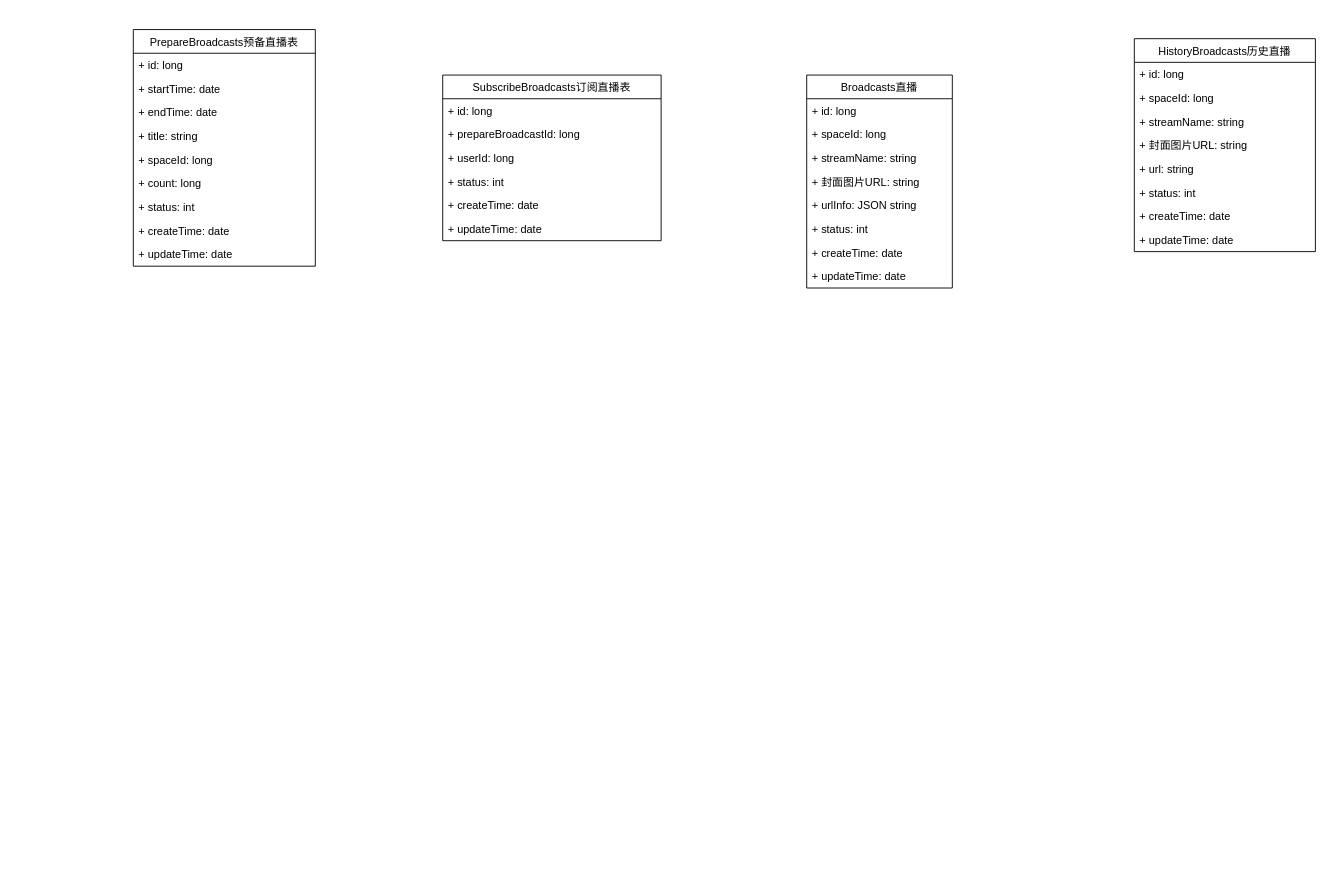
This is 直播类图.drawio from qq584686739/draw, a draw.io file, before an edit. Source tidied: cells renumbered, new cells numbered last; positions are measured from the earlier drawing's top-left corner, leaving out a move shared by most shapes. Both pictures are drawn from the tidied source at 91%, with x=0, y=0 at pixel (133, 29).
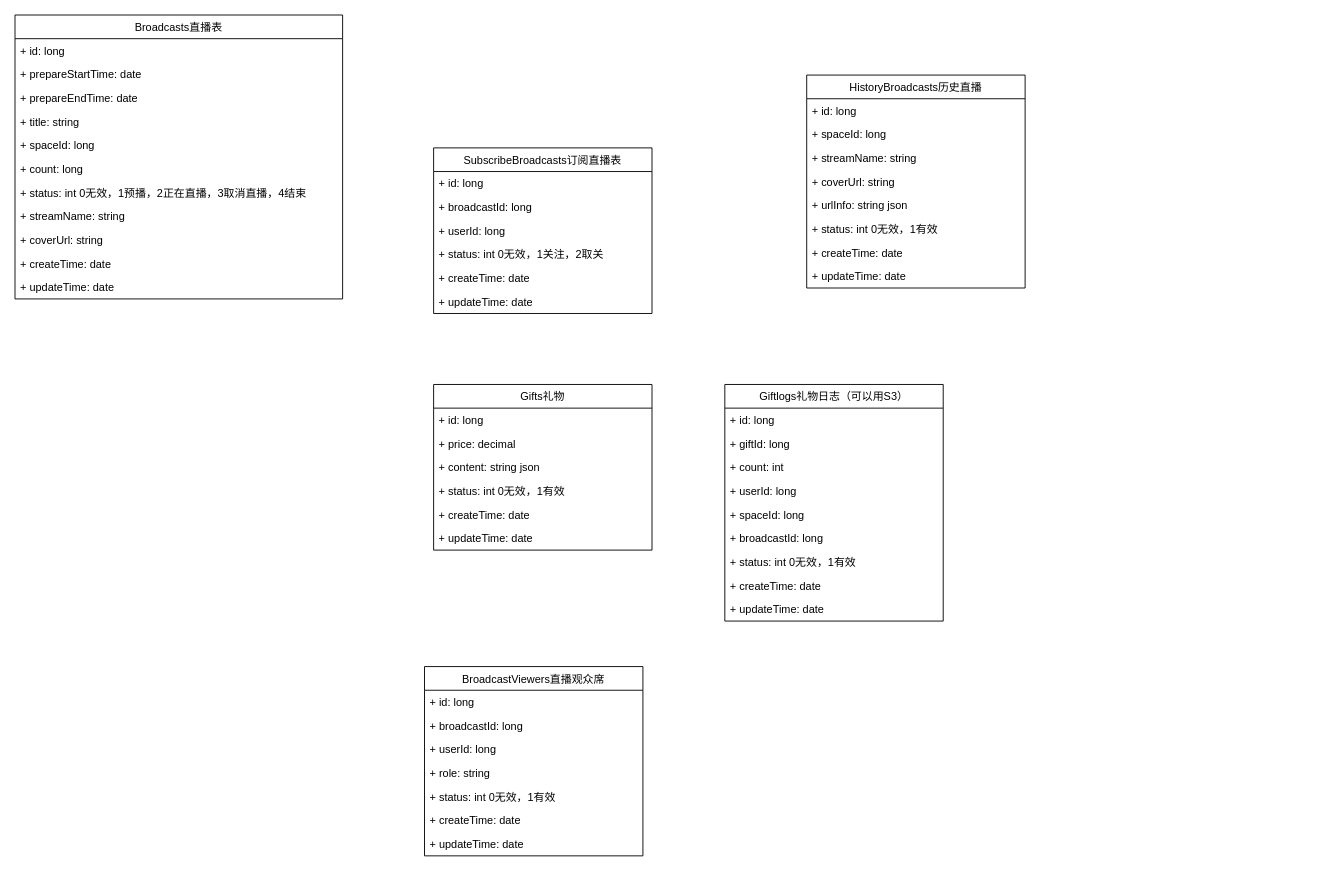
Above is the later version.

Change to the diagram source:
```diff
@@
-    <mxCell id="2" value="Broadcasts直播" style="swimlane;fontStyle=0;horizontal=1;startSize=26;fillColor=none;" parent="1" vertex="1">
-      <mxGeometry x="740" y="50" width="160" height="234" as="geometry" />
+    <mxCell id="2" value="HistoryBroadcasts历史直播" style="swimlane;fontStyle=0;horizontal=1;startSize=26;fillColor=none;" parent="1" vertex="1">
+      <mxGeometry x="740" y="50" width="240" height="234" as="geometry" />
     </mxCell>
     <mxCell id="3" value="+ id: long" style="text;strokeColor=none;fillColor=none;align=left;verticalAlign=top;spacingLeft=4;spacingRight=4;overflow=hidden;" parent="2" vertex="1">
-      <mxGeometry y="26" width="160" height="26" as="geometry" />
+      <mxGeometry y="26" width="240" height="26" as="geometry" />
     </mxCell>
     <mxCell id="4" value="+ spaceId: long" style="text;strokeColor=none;fillColor=none;align=left;verticalAlign=top;spacingLeft=4;spacingRight=4;overflow=hidden;" parent="2" vertex="1">
-      <mxGeometry y="52" width="160" height="26" as="geometry" />
+      <mxGeometry y="52" width="240" height="26" as="geometry" />
     </mxCell>
     <mxCell id="5" value="+ streamName: string" style="text;strokeColor=none;fillColor=none;align=left;verticalAlign=top;spacingLeft=4;spacingRight=4;overflow=hidden;" parent="2" vertex="1">
-      <mxGeometry y="78" width="160" height="26" as="geometry" />
+      <mxGeometry y="78" width="240" height="26" as="geometry" />
     </mxCell>
-    <mxCell id="6" value="+ 封面图片URL: string" style="text;strokeColor=none;fillColor=none;align=left;verticalAlign=top;spacingLeft=4;spacingRight=4;overflow=hidden;" parent="2" vertex="1">
-      <mxGeometry y="104" width="160" height="26" as="geometry" />
+    <mxCell id="6" value="+ coverUrl: string" style="text;strokeColor=none;fillColor=none;align=left;verticalAlign=top;spacingLeft=4;spacingRight=4;overflow=hidden;" parent="2" vertex="1">
+      <mxGeometry y="104" width="240" height="26" as="geometry" />
     </mxCell>
-    <mxCell id="7" value="+ urlInfo: JSON string" style="text;strokeColor=none;fillColor=none;align=left;verticalAlign=top;spacingLeft=4;spacingRight=4;overflow=hidden;" parent="2" vertex="1">
-      <mxGeometry y="130" width="160" height="26" as="geometry" />
+    <mxCell id="7" value="+ urlInfo: string json" style="text;strokeColor=none;fillColor=none;align=left;verticalAlign=top;spacingLeft=4;spacingRight=4;overflow=hidden;" parent="2" vertex="1">
+      <mxGeometry y="130" width="240" height="26" as="geometry" />
     </mxCell>
-    <mxCell id="8" value="+ status: int" style="text;strokeColor=none;fillColor=none;align=left;verticalAlign=top;spacingLeft=4;spacingRight=4;overflow=hidden;" parent="2" vertex="1">
-      <mxGeometry y="156" width="160" height="26" as="geometry" />
+    <mxCell id="8" value="+ status: int 0无效，1有效" style="text;strokeColor=none;fillColor=none;align=left;verticalAlign=top;spacingLeft=4;spacingRight=4;overflow=hidden;" parent="2" vertex="1">
+      <mxGeometry y="156" width="240" height="26" as="geometry" />
     </mxCell>
     <mxCell id="9" value="+ createTime: date" style="text;strokeColor=none;fillColor=none;align=left;verticalAlign=top;spacingLeft=4;spacingRight=4;overflow=hidden;" parent="2" vertex="1">
-      <mxGeometry y="182" width="160" height="26" as="geometry" />
+      <mxGeometry y="182" width="240" height="26" as="geometry" />
     </mxCell>
     <mxCell id="10" value="+ updateTime: date" style="text;strokeColor=none;fillColor=none;align=left;verticalAlign=top;spacingLeft=4;spacingRight=4;overflow=hidden;" parent="2" vertex="1">
-      <mxGeometry y="208" width="160" height="26" as="geometry" />
+      <mxGeometry y="208" width="240" height="26" as="geometry" />
     </mxCell>
-    <mxCell id="11" value="PrepareBroadcasts预备直播表" style="swimlane;fontStyle=0;horizontal=1;startSize=26;fillColor=none;" parent="1" vertex="1">
-      <mxGeometry width="200" height="260" as="geometry" />
+    <mxCell id="11" value="Broadcasts直播表" style="swimlane;fontStyle=0;horizontal=1;startSize=26;fillColor=none;" parent="1" vertex="1">
+      <mxGeometry x="-130" y="-16" width="360" height="312" as="geometry" />
     </mxCell>
     <mxCell id="12" value="+ id: long" style="text;strokeColor=none;fillColor=none;align=left;verticalAlign=top;spacingLeft=4;spacingRight=4;overflow=hidden;" parent="11" vertex="1">
-      <mxGeometry y="26" width="200" height="26" as="geometry" />
+      <mxGeometry y="26" width="360" height="26" as="geometry" />
     </mxCell>
-    <mxCell id="13" value="+ startTime: date" style="text;strokeColor=none;fillColor=none;align=left;verticalAlign=top;spacingLeft=4;spacingRight=4;overflow=hidden;" parent="11" vertex="1">
-      <mxGeometry y="52" width="200" height="26" as="geometry" />
+    <mxCell id="13" value="+ prepareStartTime: date" style="text;strokeColor=none;fillColor=none;align=left;verticalAlign=top;spacingLeft=4;spacingRight=4;overflow=hidden;" parent="11" vertex="1">
+      <mxGeometry y="52" width="360" height="26" as="geometry" />
     </mxCell>
-    <mxCell id="14" value="+ endTime: date" style="text;strokeColor=none;fillColor=none;align=left;verticalAlign=top;spacingLeft=4;spacingRight=4;overflow=hidden;" parent="11" vertex="1">
-      <mxGeometry y="78" width="200" height="26" as="geometry" />
+    <mxCell id="14" value="+ prepareEndTime: date" style="text;strokeColor=none;fillColor=none;align=left;verticalAlign=top;spacingLeft=4;spacingRight=4;overflow=hidden;" parent="11" vertex="1">
+      <mxGeometry y="78" width="360" height="26" as="geometry" />
     </mxCell>
     <mxCell id="15" value="+ title: string" style="text;strokeColor=none;fillColor=none;align=left;verticalAlign=top;spacingLeft=4;spacingRight=4;overflow=hidden;" parent="11" vertex="1">
-      <mxGeometry y="104" width="200" height="26" as="geometry" />
+      <mxGeometry y="104" width="360" height="26" as="geometry" />
     </mxCell>
     <mxCell id="16" value="+ spaceId: long" style="text;strokeColor=none;fillColor=none;align=left;verticalAlign=top;spacingLeft=4;spacingRight=4;overflow=hidden;" parent="11" vertex="1">
-      <mxGeometry y="130" width="200" height="26" as="geometry" />
+      <mxGeometry y="130" width="360" height="26" as="geometry" />
     </mxCell>
     <mxCell id="17" value="+ count: long" style="text;strokeColor=none;fillColor=none;align=left;verticalAlign=top;spacingLeft=4;spacingRight=4;overflow=hidden;" parent="11" vertex="1">
-      <mxGeometry y="156" width="200" height="26" as="geometry" />
+      <mxGeometry y="156" width="360" height="26" as="geometry" />
     </mxCell>
-    <mxCell id="18" value="+ status: int" style="text;strokeColor=none;fillColor=none;align=left;verticalAlign=top;spacingLeft=4;spacingRight=4;overflow=hidden;" parent="11" vertex="1">
-      <mxGeometry y="182" width="200" height="26" as="geometry" />
+    <mxCell id="18" value="+ status: int 0无效，1预播，2正在直播，3取消直播，4结束" style="text;strokeColor=none;fillColor=none;align=left;verticalAlign=top;spacingLeft=4;spacingRight=4;overflow=hidden;" parent="11" vertex="1">
+      <mxGeometry y="182" width="360" height="26" as="geometry" />
     </mxCell>
+    <mxCell id="31" value="+ streamName: string" style="text;strokeColor=none;fillColor=none;align=left;verticalAlign=top;spacingLeft=4;spacingRight=4;overflow=hidden;" parent="11" vertex="1">
+      <mxGeometry y="208" width="360" height="26" as="geometry" />
+    </mxCell>
+    <mxCell id="37" value="+ coverUrl: string" style="text;strokeColor=none;fillColor=none;align=left;verticalAlign=top;spacingLeft=4;spacingRight=4;overflow=hidden;" parent="11" vertex="1">
+      <mxGeometry y="234" width="360" height="26" as="geometry" />
+    </mxCell>
     <mxCell id="19" value="+ createTime: date" style="text;strokeColor=none;fillColor=none;align=left;verticalAlign=top;spacingLeft=4;spacingRight=4;overflow=hidden;" parent="11" vertex="1">
-      <mxGeometry y="208" width="200" height="26" as="geometry" />
+      <mxGeometry y="260" width="360" height="26" as="geometry" />
     </mxCell>
     <mxCell id="20" value="+ updateTime: date" style="text;strokeColor=none;fillColor=none;align=left;verticalAlign=top;spacingLeft=4;spacingRight=4;overflow=hidden;" parent="11" vertex="1">
-      <mxGeometry y="234" width="200" height="26" as="geometry" />
+      <mxGeometry y="286" width="360" height="26" as="geometry" />
     </mxCell>
     <mxCell id="21" value="SubscribeBroadcasts订阅直播表" style="swimlane;fontStyle=0;horizontal=1;startSize=26;fillColor=none;" parent="1" vertex="1">
-      <mxGeometry x="340" y="50" width="240" height="182" as="geometry" />
+      <mxGeometry x="330" y="130" width="240" height="182" as="geometry" />
     </mxCell>
@@
-    <mxCell id="23" value="+ prepareBroadcastId: long" style="text;strokeColor=none;fillColor=none;align=left;verticalAlign=top;spacingLeft=4;spacingRight=4;overflow=hidden;" parent="21" vertex="1">
+    <mxCell id="23" value="+ broadcastId: long" style="text;strokeColor=none;fillColor=none;align=left;verticalAlign=top;spacingLeft=4;spacingRight=4;overflow=hidden;" parent="21" vertex="1">
       <mxGeometry y="52" width="240" height="26" as="geometry" />
     </mxCell>
@@
-    <mxCell id="25" value="+ status: int" style="text;strokeColor=none;fillColor=none;align=left;verticalAlign=top;spacingLeft=4;spacingRight=4;overflow=hidden;" parent="21" vertex="1">
+    <mxCell id="25" value="+ status: int 0无效，1关注，2取关" style="text;strokeColor=none;fillColor=none;align=left;verticalAlign=top;spacingLeft=4;spacingRight=4;overflow=hidden;" parent="21" vertex="1">
       <mxGeometry y="104" width="240" height="26" as="geometry" />
     </mxCell>
@@
-    <mxCell id="28" value="HistoryBroadcasts历史直播" style="swimlane;fontStyle=0;horizontal=1;startSize=26;fillColor=none;" parent="1" vertex="1">
-      <mxGeometry x="1100" y="10" width="199" height="234" as="geometry" />
-    </mxCell>
-    <mxCell id="29" value="+ id: long" style="text;strokeColor=none;fillColor=none;align=left;verticalAlign=top;spacingLeft=4;spacingRight=4;overflow=hidden;" parent="28" vertex="1">
-      <mxGeometry y="26" width="199" height="26" as="geometry" />
-    </mxCell>
+    <mxCell id="38" value="Gifts礼物" style="swimlane;fontStyle=0;horizontal=1;startSize=26;fillColor=none;" parent="1" vertex="1">
+      <mxGeometry x="330" y="390" width="240" height="182" as="geometry" />
+    </mxCell>
+    <mxCell id="39" value="+ id: long" style="text;strokeColor=none;fillColor=none;align=left;verticalAlign=top;spacingLeft=4;spacingRight=4;overflow=hidden;" parent="38" vertex="1">
+      <mxGeometry y="26" width="240" height="26" as="geometry" />
+    </mxCell>
+    <mxCell id="40" value="+ price: decimal" style="text;strokeColor=none;fillColor=none;align=left;verticalAlign=top;spacingLeft=4;spacingRight=4;overflow=hidden;" parent="38" vertex="1">
+      <mxGeometry y="52" width="240" height="26" as="geometry" />
+    </mxCell>
+    <mxCell id="41" value="+ content: string json" style="text;strokeColor=none;fillColor=none;align=left;verticalAlign=top;spacingLeft=4;spacingRight=4;overflow=hidden;" parent="38" vertex="1">
+      <mxGeometry y="78" width="240" height="26" as="geometry" />
+    </mxCell>
+    <mxCell id="42" value="+ status: int 0无效，1有效" style="text;strokeColor=none;fillColor=none;align=left;verticalAlign=top;spacingLeft=4;spacingRight=4;overflow=hidden;" parent="38" vertex="1">
+      <mxGeometry y="104" width="240" height="26" as="geometry" />
+    </mxCell>
+    <mxCell id="43" value="+ createTime: date" style="text;strokeColor=none;fillColor=none;align=left;verticalAlign=top;spacingLeft=4;spacingRight=4;overflow=hidden;" parent="38" vertex="1">
+      <mxGeometry y="130" width="240" height="26" as="geometry" />
+    </mxCell>
+    <mxCell id="44" value="+ updateTime: date" style="text;strokeColor=none;fillColor=none;align=left;verticalAlign=top;spacingLeft=4;spacingRight=4;overflow=hidden;" parent="38" vertex="1">
+      <mxGeometry y="156" width="240" height="26" as="geometry" />
+    </mxCell>
+    <mxCell id="45" value="Giftlogs礼物日志（可以用S3）" style="swimlane;fontStyle=0;horizontal=1;startSize=26;fillColor=none;" parent="1" vertex="1">
+      <mxGeometry x="650" y="390" width="240" height="260" as="geometry" />
+    </mxCell>
+    <mxCell id="46" value="+ id: long" style="text;strokeColor=none;fillColor=none;align=left;verticalAlign=top;spacingLeft=4;spacingRight=4;overflow=hidden;" parent="45" vertex="1">
+      <mxGeometry y="26" width="240" height="26" as="geometry" />
+    </mxCell>
+    <mxCell id="47" value="+ giftId: long" style="text;strokeColor=none;fillColor=none;align=left;verticalAlign=top;spacingLeft=4;spacingRight=4;overflow=hidden;" parent="45" vertex="1">
+      <mxGeometry y="52" width="240" height="26" as="geometry" />
+    </mxCell>
+    <mxCell id="48" value="+ count: int" style="text;strokeColor=none;fillColor=none;align=left;verticalAlign=top;spacingLeft=4;spacingRight=4;overflow=hidden;" parent="45" vertex="1">
+      <mxGeometry y="78" width="240" height="26" as="geometry" />
+    </mxCell>
+    <mxCell id="49" value="+ userId: long" style="text;strokeColor=none;fillColor=none;align=left;verticalAlign=top;spacingLeft=4;spacingRight=4;overflow=hidden;" parent="45" vertex="1">
+      <mxGeometry y="104" width="240" height="26" as="geometry" />
+    </mxCell>
-    <mxCell id="30" value="+ spaceId: long" style="text;strokeColor=none;fillColor=none;align=left;verticalAlign=top;spacingLeft=4;spacingRight=4;overflow=hidden;" parent="28" vertex="1">
-      <mxGeometry y="52" width="199" height="26" as="geometry" />
+    <mxCell id="30" value="+ spaceId: long" style="text;strokeColor=none;fillColor=none;align=left;verticalAlign=top;spacingLeft=4;spacingRight=4;overflow=hidden;" parent="45" vertex="1">
+      <mxGeometry y="130" width="240" height="26" as="geometry" />
     </mxCell>
-    <mxCell id="31" value="+ streamName: string" style="text;strokeColor=none;fillColor=none;align=left;verticalAlign=top;spacingLeft=4;spacingRight=4;overflow=hidden;" parent="28" vertex="1">
-      <mxGeometry y="78" width="199" height="26" as="geometry" />
-    </mxCell>
-    <mxCell id="32" value="+ 封面图片URL: string" style="text;strokeColor=none;fillColor=none;align=left;verticalAlign=top;spacingLeft=4;spacingRight=4;overflow=hidden;" parent="28" vertex="1">
-      <mxGeometry y="104" width="199" height="26" as="geometry" />
-    </mxCell>
-    <mxCell id="33" value="+ url: string" style="text;strokeColor=none;fillColor=none;align=left;verticalAlign=top;spacingLeft=4;spacingRight=4;overflow=hidden;" parent="28" vertex="1">
-      <mxGeometry y="130" width="199" height="26" as="geometry" />
-    </mxCell>
-    <mxCell id="34" value="+ status: int" style="text;strokeColor=none;fillColor=none;align=left;verticalAlign=top;spacingLeft=4;spacingRight=4;overflow=hidden;" parent="28" vertex="1">
-      <mxGeometry y="156" width="199" height="26" as="geometry" />
-    </mxCell>
-    <mxCell id="35" value="+ createTime: date" style="text;strokeColor=none;fillColor=none;align=left;verticalAlign=top;spacingLeft=4;spacingRight=4;overflow=hidden;" parent="28" vertex="1">
-      <mxGeometry y="182" width="199" height="26" as="geometry" />
-    </mxCell>
-    <mxCell id="36" value="+ updateTime: date" style="text;strokeColor=none;fillColor=none;align=left;verticalAlign=top;spacingLeft=4;spacingRight=4;overflow=hidden;" parent="28" vertex="1">
-      <mxGeometry y="208" width="199" height="26" as="geometry" />
-    </mxCell>
+    <mxCell id="50" value="+ broadcastId: long" style="text;strokeColor=none;fillColor=none;align=left;verticalAlign=top;spacingLeft=4;spacingRight=4;overflow=hidden;" parent="45" vertex="1">
+      <mxGeometry y="156" width="240" height="26" as="geometry" />
+    </mxCell>
+    <mxCell id="51" value="+ status: int 0无效，1有效" style="text;strokeColor=none;fillColor=none;align=left;verticalAlign=top;spacingLeft=4;spacingRight=4;overflow=hidden;" parent="45" vertex="1">
+      <mxGeometry y="182" width="240" height="26" as="geometry" />
+    </mxCell>
+    <mxCell id="52" value="+ createTime: date" style="text;strokeColor=none;fillColor=none;align=left;verticalAlign=top;spacingLeft=4;spacingRight=4;overflow=hidden;" parent="45" vertex="1">
+      <mxGeometry y="208" width="240" height="26" as="geometry" />
+    </mxCell>
+    <mxCell id="53" value="+ updateTime: date" style="text;strokeColor=none;fillColor=none;align=left;verticalAlign=top;spacingLeft=4;spacingRight=4;overflow=hidden;" parent="45" vertex="1">
+      <mxGeometry y="234" width="240" height="26" as="geometry" />
+    </mxCell>
+    <mxCell id="54" value="BroadcastViewers直播观众席" style="swimlane;fontStyle=0;horizontal=1;startSize=26;fillColor=none;" parent="1" vertex="1">
+      <mxGeometry x="320" y="700" width="240" height="208" as="geometry" />
+    </mxCell>
+    <mxCell id="55" value="+ id: long" style="text;strokeColor=none;fillColor=none;align=left;verticalAlign=top;spacingLeft=4;spacingRight=4;overflow=hidden;" parent="54" vertex="1">
+      <mxGeometry y="26" width="240" height="26" as="geometry" />
+    </mxCell>
+    <mxCell id="56" value="+ broadcastId: long" style="text;strokeColor=none;fillColor=none;align=left;verticalAlign=top;spacingLeft=4;spacingRight=4;overflow=hidden;" parent="54" vertex="1">
+      <mxGeometry y="52" width="240" height="26" as="geometry" />
+    </mxCell>
+    <mxCell id="57" value="+ userId: long" style="text;strokeColor=none;fillColor=none;align=left;verticalAlign=top;spacingLeft=4;spacingRight=4;overflow=hidden;" parent="54" vertex="1">
+      <mxGeometry y="78" width="240" height="26" as="geometry" />
+    </mxCell>
+    <mxCell id="58" value="+ role: string" style="text;strokeColor=none;fillColor=none;align=left;verticalAlign=top;spacingLeft=4;spacingRight=4;overflow=hidden;" parent="54" vertex="1">
+      <mxGeometry y="104" width="240" height="26" as="geometry" />
+    </mxCell>
+    <mxCell id="59" value="+ status: int 0无效，1有效" style="text;strokeColor=none;fillColor=none;align=left;verticalAlign=top;spacingLeft=4;spacingRight=4;overflow=hidden;" parent="54" vertex="1">
+      <mxGeometry y="130" width="240" height="26" as="geometry" />
+    </mxCell>
+    <mxCell id="60" value="+ createTime: date" style="text;strokeColor=none;fillColor=none;align=left;verticalAlign=top;spacingLeft=4;spacingRight=4;overflow=hidden;" parent="54" vertex="1">
+      <mxGeometry y="156" width="240" height="26" as="geometry" />
+    </mxCell>
+    <mxCell id="61" value="+ updateTime: date" style="text;strokeColor=none;fillColor=none;align=left;verticalAlign=top;spacingLeft=4;spacingRight=4;overflow=hidden;" parent="54" vertex="1">
+      <mxGeometry y="182" width="240" height="26" as="geometry" />
+    </mxCell>
```
